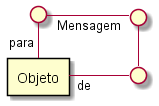
The PlantUML diagram Imagens/modelos-07/mod07ima25/mod07ima25.png in kyriosdata/oo, before a commit.
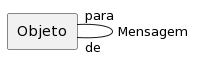
After the commit.

Diff of the diagram source:
```diff
@@ -1,13 +1,4 @@
-@startuml mod07ima25
-skinparam linetype ortho
+@startuml
 rectangle "Objeto" as ob
-circle " " as p1
-circle " " as p2
-circle " " as p3
-left to right direction
-
-ob "para"-left- p1
-p1 -down-"Mensagem" p2
-p2 -right- p3
-p3 -up-"de" ob
+ob "para"-- "de" ob : Mensagem
 @enduml
```
